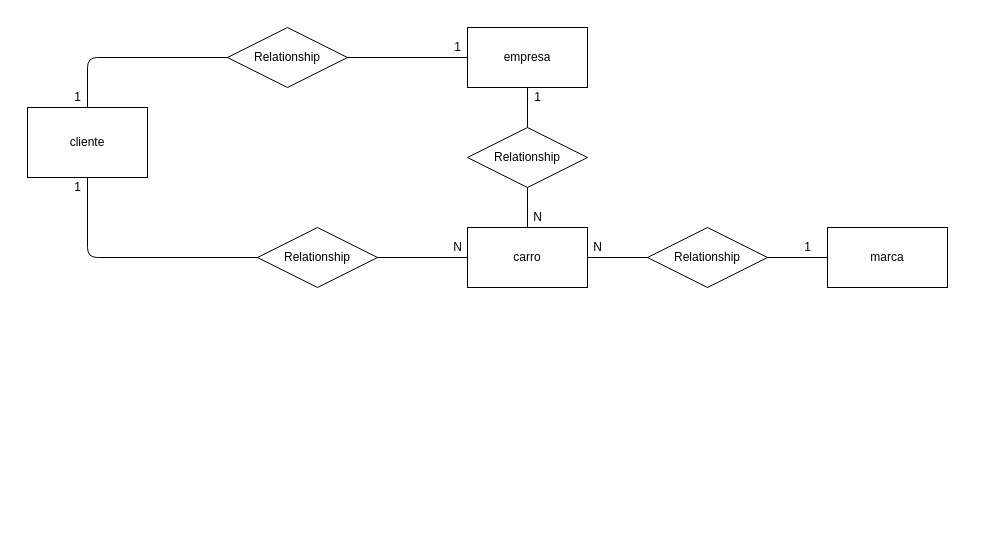
This is 1.2-exercicio-locadora/1.2-exercicio-locadora.drawio.xml from Vinicius-Evangelista/2S-Sprint1-banco-de-dados, a draw.io file, before an edit. Source tidied: cells renumbered, new cells numbered last; positions are measured from the earlier drawing's top-left corner, leaving out a move shared by most shapes. Both pictures are drawn from the tidied source at 100%, with x=0, y=0 at pixel (27, 27).
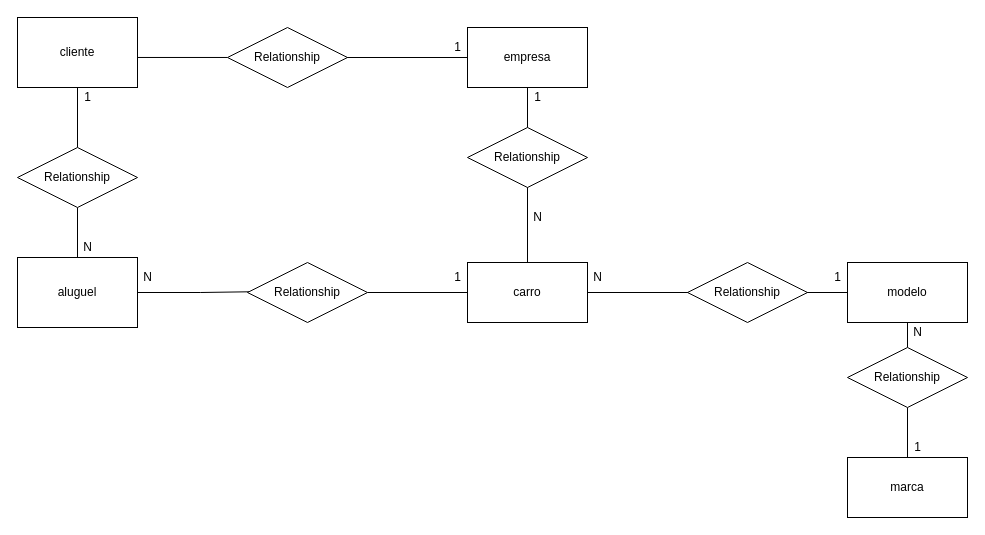
The same page after the edit.

Unchanged cells that the change refers to:
```xml
<mxCell id="13" value="Relationship" style="shape=rhombus;perimeter=rhombusPerimeter;whiteSpace=wrap;html=1;align=center;" parent="1" vertex="1">
  <mxGeometry x="200" width="120" height="60" as="geometry" />
</mxCell>
```

Diff of the diagram source:
```diff
@@
-    <mxCell id="6" style="edgeStyle=orthogonalEdgeStyle;jettySize=auto;html=1;endArrow=classic;endFill=1;strokeWidth=1;" parent="1" edge="1" source="8">
-      <mxGeometry relative="1" as="geometry">
-        <mxPoint x="250" y="40" as="targetPoint" />
-        <Array as="points">
-          <mxPoint x="60" y="30" />
-          <mxPoint x="250" y="30" />
-        </Array>
-      </mxGeometry>
-    </mxCell>
-    <mxCell id="7" style="edgeStyle=orthogonalEdgeStyle;curved=0;rounded=1;sketch=0;jettySize=auto;html=1;" parent="1" edge="1" source="8">
-      <mxGeometry relative="1" as="geometry">
-        <mxPoint x="290" y="240" as="targetPoint" />
-        <Array as="points">
-          <mxPoint x="60" y="230" />
-          <mxPoint x="290" y="230" />
-        </Array>
-      </mxGeometry>
-    </mxCell>
+    <mxCell id="27" style="edgeStyle=orthogonalEdgeStyle;rounded=0;jettySize=auto;html=1;endArrow=none;endFill=0;" parent="1" edge="1" source="8" target="39">
+      <mxGeometry relative="1" as="geometry" />
+    </mxCell>
     <mxCell id="8" value="cliente" style="whiteSpace=wrap;html=1;" parent="1" vertex="1">
-      <mxGeometry y="80" width="120" height="70" as="geometry" />
+      <mxGeometry x="-10" y="-10" width="120" height="70" as="geometry" />
     </mxCell>
-    <mxCell id="9" style="edgeStyle=orthogonalEdgeStyle;curved=0;rounded=1;sketch=0;jettySize=auto;html=1;entryX=0;entryY=0.5;entryDx=0;entryDy=0;" parent="1" edge="1" source="12" target="14">
-      <mxGeometry relative="1" as="geometry">
-        <Array as="points">
-          <mxPoint x="300" y="230" />
-          <mxPoint x="300" y="230" />
-        </Array>
-      </mxGeometry>
-    </mxCell>
@@
+    <mxCell id="28" style="edgeStyle=orthogonalEdgeStyle;rounded=0;jettySize=auto;html=1;entryX=1;entryY=0.5;entryDx=0;entryDy=0;entryPerimeter=0;endArrow=none;endFill=0;" parent="1" edge="1" source="12" target="41">
+      <mxGeometry relative="1" as="geometry" />
+    </mxCell>
     <mxCell id="12" value="carro" style="whiteSpace=wrap;html=1;" parent="1" vertex="1">
-      <mxGeometry x="440" y="200" width="120" height="60" as="geometry" />
+      <mxGeometry x="440" y="235" width="120" height="60" as="geometry" />
     </mxCell>
+    <mxCell id="29" style="edgeStyle=orthogonalEdgeStyle;rounded=0;jettySize=auto;html=1;entryX=1;entryY=0.571;entryDx=0;entryDy=0;entryPerimeter=0;endArrow=none;endFill=0;" parent="1" edge="1" source="13" target="8">
+      <mxGeometry relative="1" as="geometry" />
+    </mxCell>
@@
-    <mxCell id="14" value="Relationship" style="shape=rhombus;perimeter=rhombusPerimeter;whiteSpace=wrap;html=1;align=center;" parent="1" vertex="1">
-      <mxGeometry x="230" y="200" width="120" height="60" as="geometry" />
-    </mxCell>
@@
+    <mxCell id="30" style="edgeStyle=orthogonalEdgeStyle;rounded=0;jettySize=auto;html=1;entryX=0.5;entryY=0;entryDx=0;entryDy=0;endArrow=none;endFill=0;" parent="1" edge="1" source="17" target="33">
+      <mxGeometry relative="1" as="geometry" />
+    </mxCell>
-    <mxCell id="17" value="marca" style="whiteSpace=wrap;html=1;" parent="1" vertex="1">
-      <mxGeometry x="800" y="200" width="120" height="60" as="geometry" />
+    <mxCell id="17" value="modelo" style="whiteSpace=wrap;html=1;" parent="1" vertex="1">
+      <mxGeometry x="820" y="235" width="120" height="60" as="geometry" />
     </mxCell>
     <mxCell id="18" value="Relationship" style="shape=rhombus;perimeter=rhombusPerimeter;whiteSpace=wrap;html=1;align=center;" parent="1" vertex="1">
-      <mxGeometry x="620" y="200" width="120" height="60" as="geometry" />
+      <mxGeometry x="660" y="235" width="120" height="60" as="geometry" />
     </mxCell>
     <mxCell id="19" value="1" style="text;html=1;align=center;verticalAlign=middle;strokeColor=none;" parent="1" vertex="1">
-      <mxGeometry x="40" y="60" width="20" height="20" as="geometry" />
+      <mxGeometry x="50" y="60" width="20" height="20" as="geometry" />
     </mxCell>
@@
-    <mxCell id="22" value="N" style="text;html=1;align=center;verticalAlign=middle;strokeColor=none;" parent="1" vertex="1">
-      <mxGeometry x="420" y="210" width="20" height="20" as="geometry" />
+    <mxCell id="22" value="1" style="text;html=1;align=center;verticalAlign=middle;strokeColor=none;" parent="1" vertex="1">
+      <mxGeometry x="420" y="240" width="20" height="20" as="geometry" />
     </mxCell>
     <mxCell id="23" value="N" style="text;html=1;align=center;verticalAlign=middle;strokeColor=none;" parent="1" vertex="1">
-      <mxGeometry x="560" y="210" width="20" height="20" as="geometry" />
+      <mxGeometry x="560" y="240" width="20" height="20" as="geometry" />
     </mxCell>
     <mxCell id="24" value="1" style="text;html=1;align=center;verticalAlign=middle;strokeColor=none;" parent="1" vertex="1">
-      <mxGeometry x="770" y="210" width="20" height="20" as="geometry" />
+      <mxGeometry x="800" y="240" width="20" height="20" as="geometry" />
     </mxCell>
@@
+    <mxCell id="31" style="edgeStyle=orthogonalEdgeStyle;rounded=0;jettySize=auto;html=1;endArrow=none;endFill=0;entryX=0.5;entryY=1;entryDx=0;entryDy=0;" parent="1" edge="1" source="32" target="33">
+      <mxGeometry relative="1" as="geometry" />
+    </mxCell>
+    <mxCell id="32" value="marca" style="whiteSpace=wrap;html=1;" parent="1" vertex="1">
+      <mxGeometry x="820" y="430" width="120" height="60" as="geometry" />
+    </mxCell>
+    <mxCell id="33" value="Relationship" style="shape=rhombus;perimeter=rhombusPerimeter;whiteSpace=wrap;html=1;align=center;" parent="1" vertex="1">
+      <mxGeometry x="820" y="320" width="120" height="60" as="geometry" />
+    </mxCell>
+    <mxCell id="34" value="N" style="text;html=1;align=center;verticalAlign=middle;strokeColor=none;" parent="1" vertex="1">
+      <mxGeometry x="880" y="295" width="20" height="20" as="geometry" />
+    </mxCell>
+    <mxCell id="35" value="1" style="text;html=1;align=center;verticalAlign=middle;strokeColor=none;" parent="1" vertex="1">
+      <mxGeometry x="880" y="410" width="20" height="20" as="geometry" />
+    </mxCell>
+    <mxCell id="36" style="edgeStyle=orthogonalEdgeStyle;rounded=0;jettySize=auto;html=1;entryX=0.046;entryY=0.485;entryDx=0;entryDy=0;entryPerimeter=0;endArrow=none;endFill=0;" parent="1" edge="1" source="38">
+      <mxGeometry relative="1" as="geometry">
+        <mxPoint x="235.5" y="264.1" as="targetPoint" />
+      </mxGeometry>
+    </mxCell>
+    <mxCell id="37" style="edgeStyle=orthogonalEdgeStyle;rounded=0;jettySize=auto;html=1;endArrow=none;endFill=0;" parent="1" edge="1" source="38" target="39">
+      <mxGeometry relative="1" as="geometry" />
+    </mxCell>
+    <mxCell id="38" value="aluguel" style="whiteSpace=wrap;html=1;" parent="1" vertex="1">
+      <mxGeometry x="-10" y="230" width="120" height="70" as="geometry" />
+    </mxCell>
+    <mxCell id="39" value="Relationship" style="shape=rhombus;perimeter=rhombusPerimeter;whiteSpace=wrap;html=1;align=center;" parent="1" vertex="1">
+      <mxGeometry x="-10" y="120" width="120" height="60" as="geometry" />
+    </mxCell>
+    <mxCell id="40" value="N" style="text;html=1;align=center;verticalAlign=middle;strokeColor=none;" parent="1" vertex="1">
+      <mxGeometry x="50" y="210" width="20" height="20" as="geometry" />
+    </mxCell>
+    <mxCell id="41" value="Relationship" style="shape=rhombus;perimeter=rhombusPerimeter;whiteSpace=wrap;html=1;align=center;" parent="1" vertex="1">
+      <mxGeometry x="220" y="235" width="120" height="60" as="geometry" />
+    </mxCell>
+    <mxCell id="42" value="N" style="text;html=1;align=center;verticalAlign=middle;strokeColor=none;" parent="1" vertex="1">
+      <mxGeometry x="110" y="240" width="20" height="20" as="geometry" />
+    </mxCell>
```
